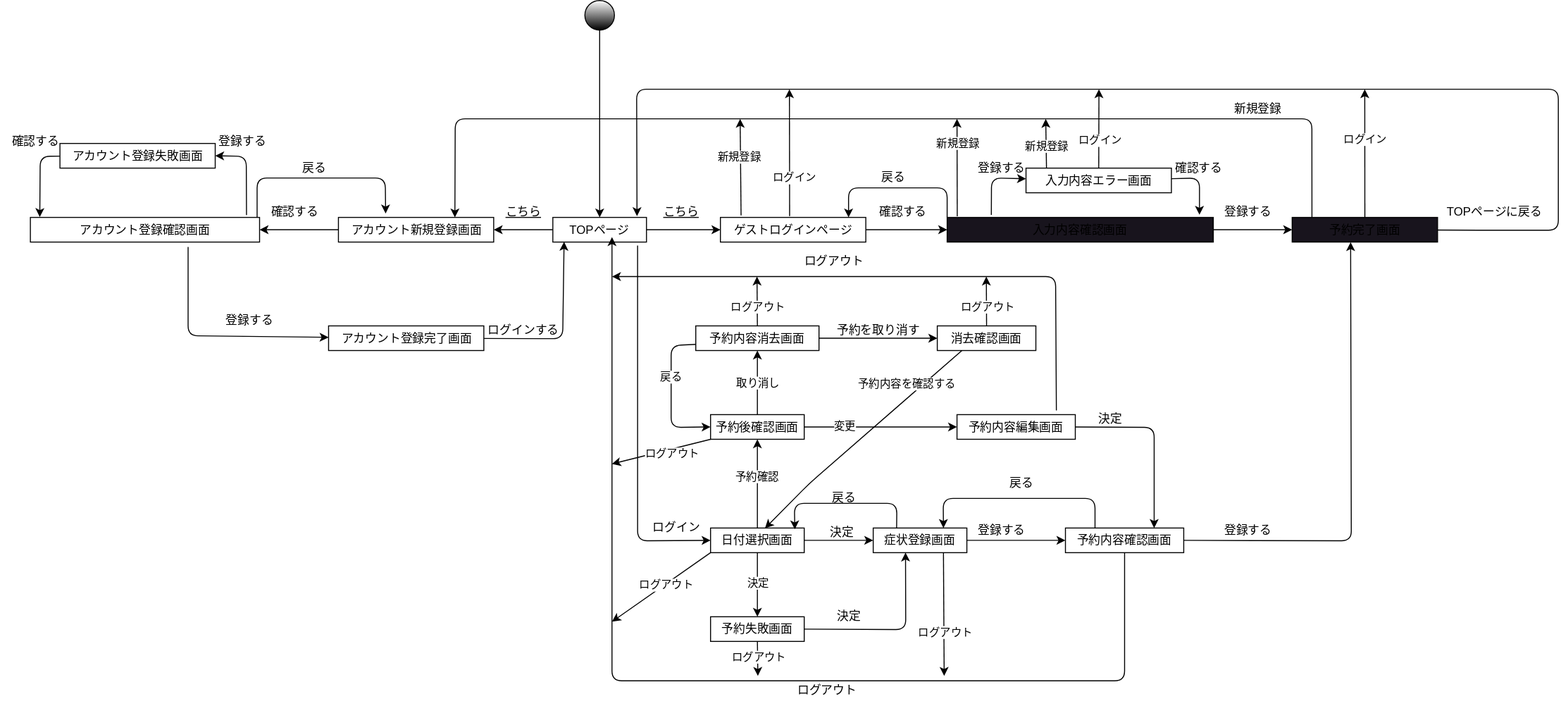
sakamotoshuri/uml_introduction keeps this draw.io diagram as pj.drawio.svg. Above is the earlier version. Source tidied: cells renumbered, new cells last; positions are measured from the earlier drawing's top-left corner, leaving out a move shared by most shapes.
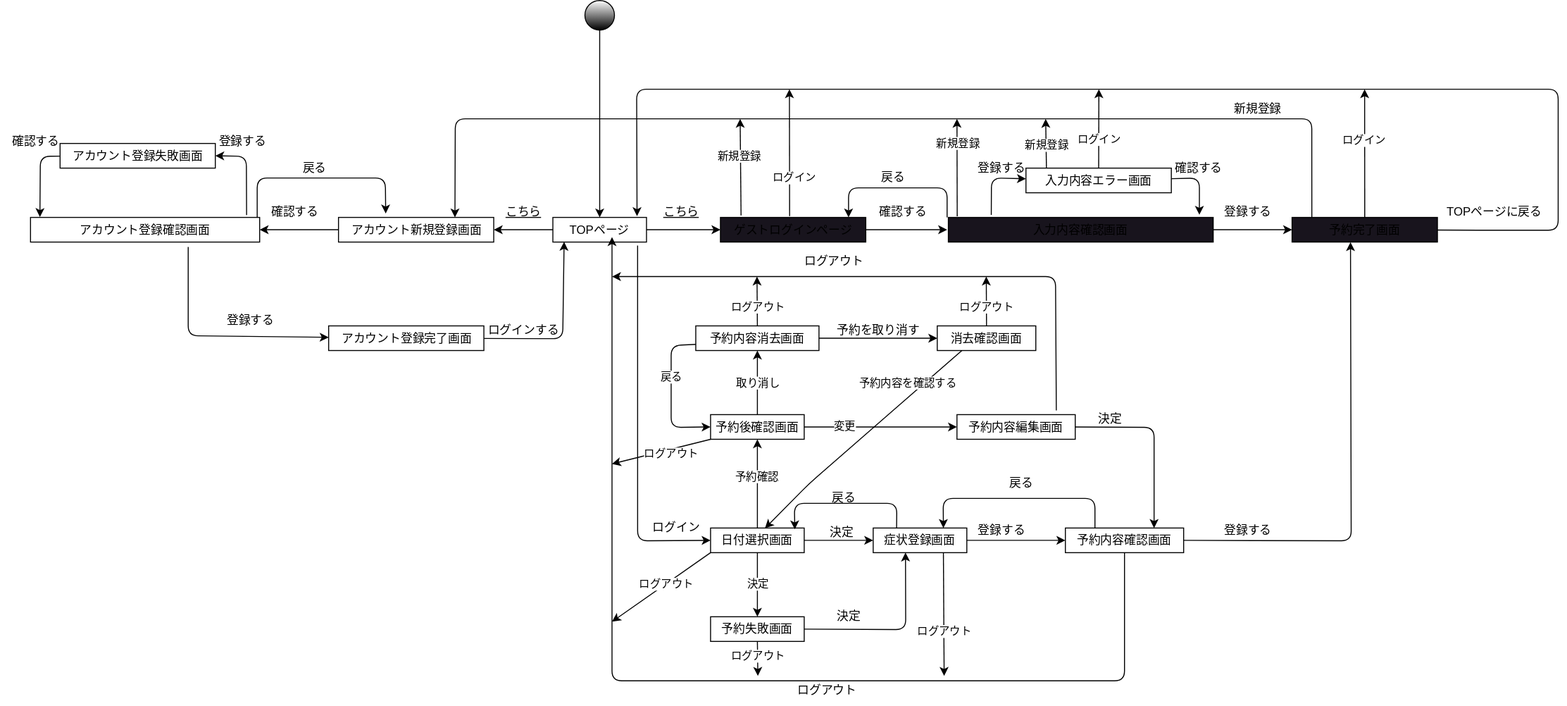
The same diagram one commit later.

Diff of the diagram source:
```diff
@@ -42,8 +42,10 @@
     <mxCell id="9" value="TOPページ" style="whiteSpace=wrap;html=1;gradientColor=none;fillColor=default;" parent="1" vertex="1">
       <mxGeometry x="560" y="220" width="95" height="25" as="geometry" />
     </mxCell>
-    <mxCell id="10" style="edgeStyle=none;html=1;" parent="1" edge="1" source="15" target="21">
-      <mxGeometry relative="1" as="geometry" />
+    <mxCell id="10" style="edgeStyle=none;html=1;" parent="1" edge="1" source="15">
+      <mxGeometry relative="1" as="geometry">
+        <mxPoint x="960" y="232.5" as="targetPoint" />
+      </mxGeometry>
     </mxCell>
     <mxCell id="11" style="edgeStyle=none;html=1;exitX=0.476;exitY=-0.051;exitDx=0;exitDy=0;exitPerimeter=0;endArrow=classic;endFill=1;" parent="1" edge="1" source="15">
       <mxGeometry relative="1" as="geometry">
@@ -63,21 +65,25 @@
     <mxCell id="14" value="新規登録" style="edgeLabel;html=1;align=center;verticalAlign=middle;" parent="13" vertex="1">
       <mxGeometry x="0.23" y="2" relative="1" as="geometry" />
     </mxCell>
-    <mxCell id="15" value="ゲストログインページ" style="whiteSpace=wrap;html=1;gradientColor=none;fillColor=default;" parent="1" vertex="1">
+    <mxCell id="15" value="ゲストログインページ" style="whiteSpace=wrap;html=1;gradientColor=none;fillColor=#18141D;" parent="1" vertex="1">
       <mxGeometry x="730" y="220" width="147.5" height="25" as="geometry" />
     </mxCell>
-    <mxCell id="16" style="edgeStyle=none;html=1;" parent="1" edge="1" source="21" target="28">
-      <mxGeometry relative="1" as="geometry" />
+    <mxCell id="16" style="edgeStyle=none;html=1;" parent="1" edge="1" target="28">
+      <mxGeometry relative="1" as="geometry">
+        <mxPoint x="1230" y="232.5" as="sourcePoint" />
+      </mxGeometry>
     </mxCell>
-    <mxCell id="17" style="edgeStyle=none;html=1;exitX=0.166;exitY=-0.103;exitDx=0;exitDy=0;exitPerimeter=0;" parent="1" edge="1" source="21" target="35">
+    <mxCell id="17" style="edgeStyle=none;html=1;exitX=0.166;exitY=-0.103;exitDx=0;exitDy=0;exitPerimeter=0;" parent="1" edge="1" target="35">
       <mxGeometry relative="1" as="geometry">
+        <mxPoint x="1004.8" y="217.4" as="sourcePoint" />
         <Array as="points">
           <mxPoint x="1005" y="180" />
         </Array>
       </mxGeometry>
     </mxCell>
-    <mxCell id="18" style="edgeStyle=none;html=1;exitX=0;exitY=0;exitDx=0;exitDy=0;" parent="1" edge="1" source="21">
+    <mxCell id="18" style="edgeStyle=none;html=1;exitX=0;exitY=0;exitDx=0;exitDy=0;" parent="1" edge="1">
       <mxGeometry relative="1" as="geometry">
+        <mxPoint x="960" y="220" as="sourcePoint" />
         <mxPoint x="860" y="220" as="targetPoint" />
         <Array as="points">
           <mxPoint x="960" y="190" />
@@ -85,17 +91,15 @@
         </Array>
       </mxGeometry>
     </mxCell>
-    <mxCell id="19" style="edgeStyle=none;html=1;exitX=0.038;exitY=-0.043;exitDx=0;exitDy=0;startArrow=none;startFill=0;endArrow=classic;endFill=1;exitPerimeter=0;" parent="1" edge="1" source="21">
+    <mxCell id="19" style="edgeStyle=none;html=1;exitX=0.038;exitY=-0.043;exitDx=0;exitDy=0;startArrow=none;startFill=0;endArrow=classic;endFill=1;exitPerimeter=0;" parent="1" edge="1">
       <mxGeometry relative="1" as="geometry">
+        <mxPoint x="970.3" y="218.9" as="sourcePoint" />
         <mxPoint x="970" y="120" as="targetPoint" />
       </mxGeometry>
     </mxCell>
     <mxCell id="20" value="新規登録" style="edgeLabel;html=1;align=center;verticalAlign=middle;" parent="19" vertex="1">
       <mxGeometry x="0.5" relative="1" as="geometry" />
     </mxCell>
-    <mxCell id="21" value="入力内容確認画面" style="whiteSpace=wrap;html=1;gradientColor=none;fillColor=#18141D;" parent="1" vertex="1">
-      <mxGeometry x="960" y="220" width="270" height="25" as="geometry" />
-    </mxCell>
     <mxCell id="22" value="&lt;u&gt;こちら&lt;/u&gt;" style="text;html=1;align=center;verticalAlign=middle;strokeColor=none;fillColor=none;" parent="1" vertex="1">
       <mxGeometry x="660" y="200" width="60" height="30" as="geometry" />
     </mxCell>
@@ -134,8 +138,9 @@
     <mxCell id="29" value="登録する" style="text;html=1;align=center;verticalAlign=middle;strokeColor=none;fillColor=none;" parent="1" vertex="1">
       <mxGeometry x="1230" y="200" width="70" height="30" as="geometry" />
     </mxCell>
-    <mxCell id="30" style="edgeStyle=none;html=1;entryX=0.948;entryY=-0.107;entryDx=0;entryDy=0;entryPerimeter=0;" parent="1" edge="1" source="35" target="21">
+    <mxCell id="30" style="edgeStyle=none;html=1;entryX=0.948;entryY=-0.107;entryDx=0;entryDy=0;entryPerimeter=0;" parent="1" edge="1" source="35">
       <mxGeometry relative="1" as="geometry">
+        <mxPoint x="1216" y="217.3" as="targetPoint" />
         <Array as="points">
           <mxPoint x="1216" y="180" />
         </Array>
@@ -483,5 +488,8 @@
     <mxCell id="110" value="ログアウト" style="text;html=1;align=center;verticalAlign=middle;strokeColor=none;fillColor=none;" parent="1" vertex="1">
       <mxGeometry x="805" y="250" width="80" height="30" as="geometry" />
     </mxCell>
+    <mxCell id="21" value="入力内容確認画面" style="whiteSpace=wrap;html=1;gradientColor=none;fillColor=#18141D;" parent="1" vertex="1">
+      <mxGeometry x="961.2" y="220" width="268.8" height="25" as="geometry" />
+    </mxCell>
   </root>
 </mxGraphModel>
```
